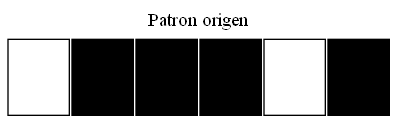
Before: grafica_origen.png, a diagram exported from Graphviz (Dgo45921/IPC2_Proyecto1_202003585). Its source is kept beside it as grafica_origen.dot.
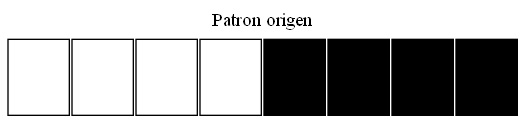
The same diagram one commit later.

The edit, as a diff of the source:
```diff
@@ -6,10 +6,12 @@
      <TABLE BORDER="0" CELLBORDER="1" CELLSPACING="2.5" CELLPADDING="20">
         <TR>
  <TD> </TD>
+ <TD> </TD>
+ <TD> </TD>
+ <TD> </TD>
  <TD BGCOLOR="black"> </TD>
  <TD BGCOLOR="black"> </TD>
  <TD BGCOLOR="black"> </TD>
- <TD> </TD>
  <TD BGCOLOR="black"> </TD>
 </TR>
 </TABLE>>];}
```
